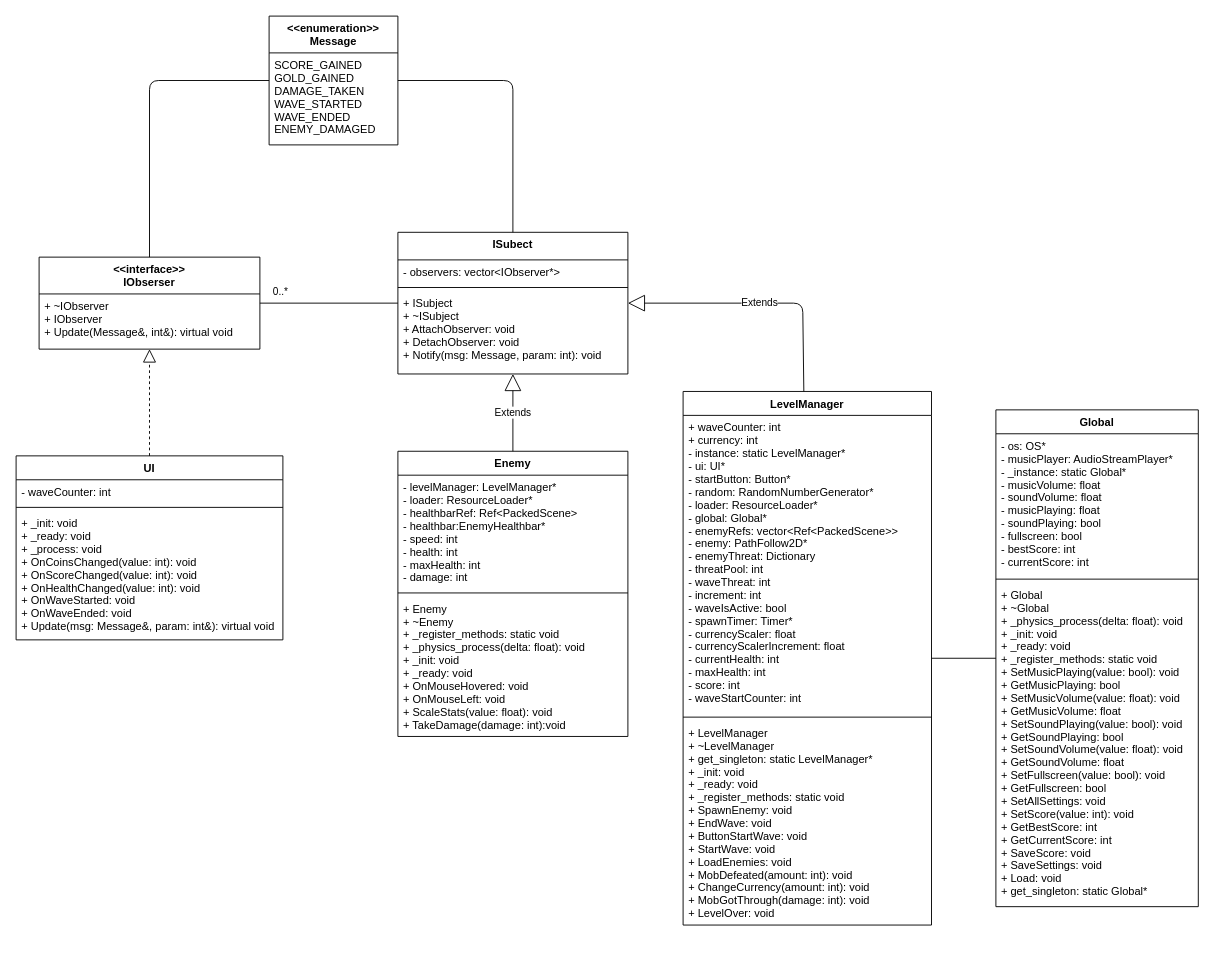
Above: page "UI" (1 of 4) of UMLDiagram.drawio in foreboding-sky/RainbowLands (draw.io), before the change. Source tidied: cells renumbered, new cells numbered last; positions are measured from the earlier drawing's top-left corner, leaving out a move shared by most shapes. Both pictures are drawn from the tidied source at 92%, with x=0, y=0 at pixel (16, 16).
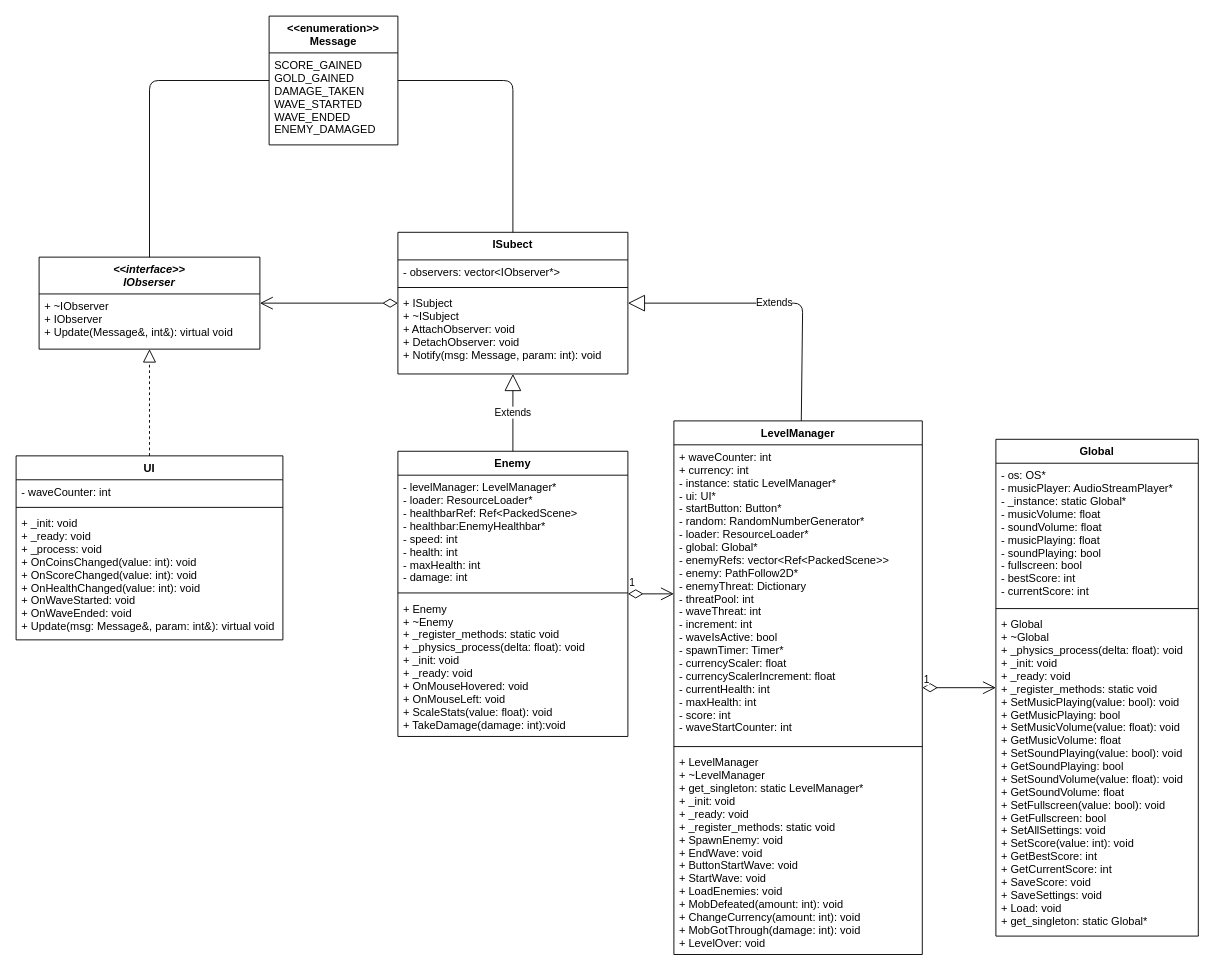
The same diagram, later.

The change refers to these unchanged cells:
```xml
<mxCell id="4" value="ISubect" style="swimlane;fontStyle=1;align=center;verticalAlign=top;horizontal=1;startSize=30;" parent="1" vertex="1">
  <mxGeometry x="415" y="235" width="250" height="154" as="geometry" />
</mxCell>
<mxCell id="12" value="Enemy" style="swimlane;fontStyle=1;align=center;verticalAlign=top;horizontal=1;startSize=26;" parent="1" vertex="1">
  <mxGeometry x="415" y="473" width="250" height="310" as="geometry" />
</mxCell>
<mxCell id="17" value="+ waveCounter: int &#10;+ currency: int&#10;- instance: static LevelManager*&#10;- ui: UI*&#10;- startButton: Button*&#10;- random: RandomNumberGenerator*&#10;- loader: ResourceLoader*&#10;- global: Global*&#10;- enemyRefs: vector&lt;Ref&lt;PackedScene&gt;&gt;&#10;- enemy: PathFollow2D*&#10;- enemyThreat: Dictionary&#10;- threatPool: int&#10;  - waveThreat: int&#10;  - increment: int&#10;- waveIsActive: bool&#10;- spawnTimer: Timer*&#10;- currencyScaler: float&#10;- currencyScalerIncrement: float &#10;- currentHealth: int &#10;- maxHealth: int &#10;- score: int &#10;- waveStartCounter: int " style="text;strokeColor=none;fillColor=none;align=left;verticalAlign=top;spacingLeft=4;spacingRight=4;overflow=hidden;points=[[0,0.5],[1,0.5]];portConstraint=eastwest;" parent="16" vertex="1">
  <mxGeometry y="26" width="270" height="324" as="geometry" />
</mxCell>
```

Diff of the diagram source:
```diff
@@
-    <mxCell id="2" value="&lt;&lt;interface&gt;&gt;&#10;IObserser" style="swimlane;fontStyle=1;align=center;verticalAlign=top;horizontal=1;startSize=40;" parent="1" vertex="1">
+    <mxCell id="2" value="&lt;&lt;interface&gt;&gt;&#10;IObserser" style="swimlane;fontStyle=3;align=center;verticalAlign=top;horizontal=1;startSize=40;" parent="1" vertex="1">
       <mxGeometry x="25" y="262" width="240" height="100" as="geometry" />
     </mxCell>
@@
     <mxCell id="16" value="LevelManager" style="swimlane;fontStyle=1;align=center;verticalAlign=top;horizontal=1;startSize=26;" parent="1" vertex="1">
-      <mxGeometry x="725" y="408" width="270" height="580" as="geometry" />
+      <mxGeometry x="715" y="440" width="270" height="580" as="geometry" />
     </mxCell>
@@
     <mxCell id="21" value="Global" style="swimlane;fontStyle=1;align=center;verticalAlign=top;horizontal=1;startSize=26;" parent="1" vertex="1">
-      <mxGeometry x="1065" y="428" width="220" height="540" as="geometry" />
+      <mxGeometry x="1065" y="460" width="220" height="540" as="geometry" />
     </mxCell>
@@
-    <mxCell id="25" style="endArrow=none;html=1;edgeStyle=orthogonalEdgeStyle;" parent="1" edge="1" source="4" target="2">
-      <mxGeometry relative="1" as="geometry" />
-    </mxCell>
-    <mxCell id="26" value="0..*" style="edgeLabel;html=1;align=right;verticalAlign=bottom;" parent="25" vertex="1">
-      <mxGeometry x="1" relative="1" as="geometry">
-        <mxPoint x="31" y="-4" as="offset" />
-      </mxGeometry>
-    </mxCell>
@@
+    <mxCell id="25" style="endArrow=open;html=1;endSize=12;startArrow=diamondThin;startSize=14;startFill=0;edgeStyle=orthogonalEdgeStyle;align=left;verticalAlign=bottom;" parent="1" edge="1" source="4" target="2">
+      <mxGeometry x="-0.87" y="-12" relative="1" as="geometry" />
+    </mxCell>
+    <mxCell id="34" value="1" style="endArrow=open;html=1;endSize=12;startArrow=diamondThin;startSize=14;startFill=0;edgeStyle=orthogonalEdgeStyle;align=left;verticalAlign=bottom;" parent="1" edge="1" source="12" target="17">
+      <mxGeometry x="-1" y="3" relative="1" as="geometry" />
+    </mxCell>
-    <mxCell id="33" style="endArrow=none;html=1;edgeStyle=orthogonalEdgeStyle;" parent="1" edge="1" source="16" target="21">
-      <mxGeometry relative="1" as="geometry" />
+    <mxCell id="33" value="1" style="endArrow=open;html=1;endSize=12;startArrow=diamondThin;startSize=14;startFill=0;edgeStyle=orthogonalEdgeStyle;align=left;verticalAlign=bottom;" parent="1" edge="1" source="16" target="21">
+      <mxGeometry x="-1" relative="1" as="geometry" />
     </mxCell>
```
